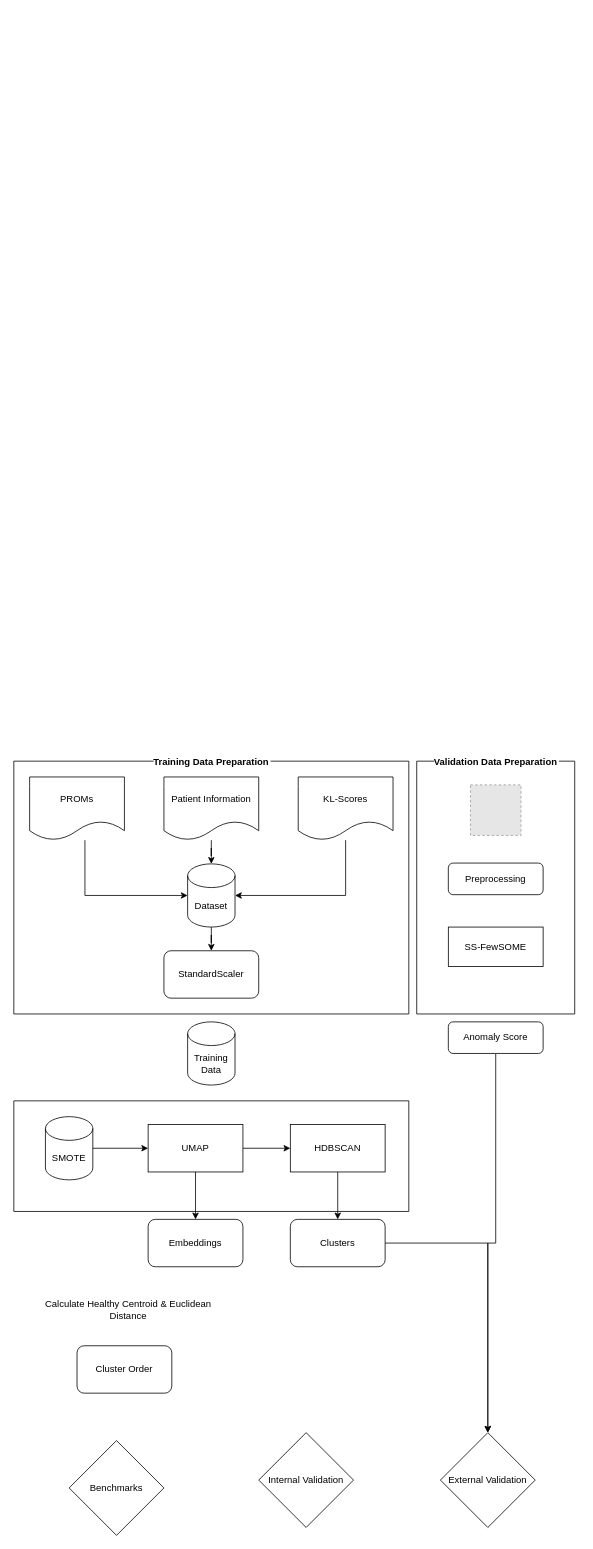
The draw.io diagram OA Clustering Pipeline.drawio in caitzpp/VT9_Identifying-Severities-in-Osteoarthritis, before the edit. Source tidied: cells renumbered, new cells numbered last; positions are measured from the earlier drawing's top-left corner, leaving out a move shared by most shapes. Both pictures are drawn from the tidied source at 79%, with x=0, y=0 at pixel (13, 761). Pictures stored in the file or linked from it are replaced by grey dashed boxes.
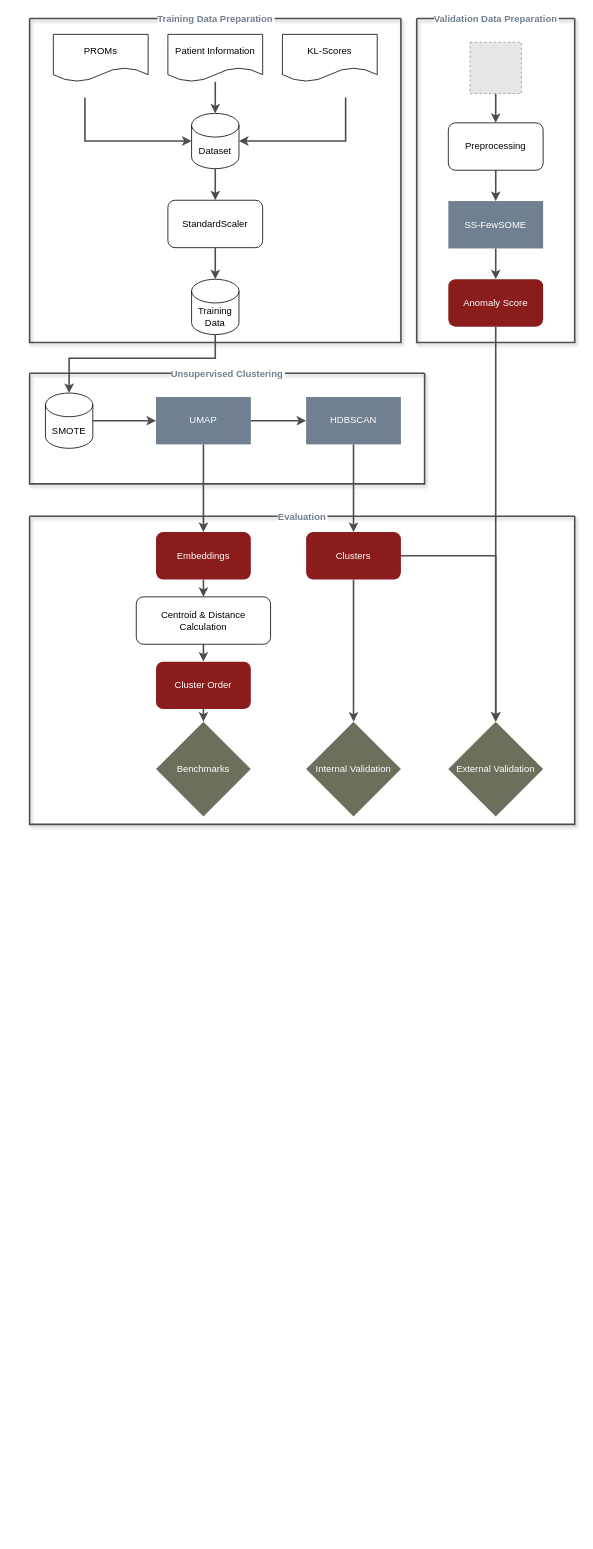
After the change.

The edit, as a diff of the source:
```diff
@@
-    <mxCell id="2" value="Training Data Preparation" style="swimlane;startSize=0;labelBackgroundColor=default;" parent="1" vertex="1">
-      <mxGeometry width="500" height="320" as="geometry" />
+    <mxCell id="2" value="Training Data Preparation" style="swimlane;startSize=0;labelBackgroundColor=default;strokeColor=#4D4D4D;strokeWidth=2;rounded=1;glass=0;shadow=1;fontColor=#708090;textShadow=0;labelBorderColor=none;" parent="1" vertex="1">
+      <mxGeometry x="20" y="-940" width="470" height="410" as="geometry" />
     </mxCell>
     <mxCell id="3" value="StandardScaler" style="rounded=1;whiteSpace=wrap;html=1;" parent="2" vertex="1">
-      <mxGeometry x="190" y="240" width="120" height="60" as="geometry" />
+      <mxGeometry x="175" y="230" width="120" height="60" as="geometry" />
     </mxCell>
-    <mxCell id="4" style="edgeStyle=orthogonalEdgeStyle;rounded=0;jettySize=auto;html=1;entryX=0.5;entryY=0;entryDx=0;entryDy=0;entryPerimeter=0;" parent="2" edge="1" source="9" target="11">
+    <mxCell id="4" style="edgeStyle=orthogonalEdgeStyle;rounded=0;jettySize=auto;html=1;entryX=0.5;entryY=0;entryDx=0;entryDy=0;entryPerimeter=0;strokeColor=#4D4D4D;strokeWidth=2;" parent="2" edge="1" source="9" target="11">
       <mxGeometry relative="1" as="geometry" />
     </mxCell>
-    <mxCell id="5" style="edgeStyle=orthogonalEdgeStyle;rounded=0;jettySize=auto;html=1;entryX=0;entryY=0.5;entryDx=0;entryDy=0;entryPerimeter=0;" parent="2" edge="1" target="11">
+    <mxCell id="5" style="edgeStyle=orthogonalEdgeStyle;rounded=0;jettySize=auto;html=1;entryX=0;entryY=0.5;entryDx=0;entryDy=0;entryPerimeter=0;strokeColor=#4D4D4D;strokeWidth=2;" parent="2" edge="1" target="11">
       <mxGeometry relative="1" as="geometry">
-        <mxPoint x="90" y="100" as="sourcePoint" />
+        <mxPoint x="70" y="100" as="sourcePoint" />
         <Array as="points">
-          <mxPoint x="90" y="170" />
+          <mxPoint x="70" y="155" />
         </Array>
       </mxGeometry>
     </mxCell>
     <mxCell id="6" value="PROMs" style="shape=document;whiteSpace=wrap;html=1;boundedLbl=1;" parent="2" vertex="1">
-      <mxGeometry x="20" y="20" width="120" height="80" as="geometry" />
+      <mxGeometry x="30" y="20" width="120" height="60" as="geometry" />
     </mxCell>
-    <mxCell id="7" style="edgeStyle=orthogonalEdgeStyle;rounded=0;jettySize=auto;html=1;entryX=1;entryY=0.5;entryDx=0;entryDy=0;entryPerimeter=0;" parent="2" edge="1" source="8" target="11">
+    <mxCell id="7" style="edgeStyle=orthogonalEdgeStyle;rounded=0;jettySize=auto;html=1;entryX=1;entryY=0.5;entryDx=0;entryDy=0;entryPerimeter=0;strokeColor=#4D4D4D;strokeWidth=2;" parent="2" edge="1" target="11">
       <mxGeometry relative="1" as="geometry">
+        <mxPoint x="400" y="100" as="sourcePoint" />
         <Array as="points">
-          <mxPoint x="420" y="170" />
+          <mxPoint x="400" y="155" />
         </Array>
       </mxGeometry>
     </mxCell>
     <mxCell id="8" value="KL-Scores" style="shape=document;whiteSpace=wrap;html=1;boundedLbl=1;" parent="2" vertex="1">
-      <mxGeometry x="360" y="20" width="120" height="80" as="geometry" />
+      <mxGeometry x="320" y="20" width="120" height="60" as="geometry" />
     </mxCell>
     <mxCell id="9" value="Patient Information" style="shape=document;whiteSpace=wrap;html=1;boundedLbl=1;" parent="2" vertex="1">
-      <mxGeometry x="190" y="20" width="120" height="80" as="geometry" />
+      <mxGeometry x="175" y="20" width="120" height="60" as="geometry" />
     </mxCell>
-    <mxCell id="10" style="edgeStyle=orthogonalEdgeStyle;rounded=0;jettySize=auto;html=1;" parent="2" edge="1" source="11" target="3">
+    <mxCell id="10" style="edgeStyle=orthogonalEdgeStyle;rounded=0;jettySize=auto;html=1;strokeColor=#4D4D4D;strokeWidth=2;" parent="2" edge="1" source="11" target="3">
       <mxGeometry relative="1" as="geometry" />
     </mxCell>
     <mxCell id="11" value="Dataset" style="shape=cylinder3;whiteSpace=wrap;html=1;boundedLbl=1;backgroundOutline=1;size=15;" parent="2" vertex="1">
-      <mxGeometry x="220" y="130" width="60" height="80" as="geometry" />
+      <mxGeometry x="205" y="120" width="60" height="70" as="geometry" />
     </mxCell>
+    <mxCell id="29" value="Training Data" style="shape=cylinder3;whiteSpace=wrap;html=1;boundedLbl=1;backgroundOutline=1;size=15;" parent="2" vertex="1">
+      <mxGeometry x="205" y="330" width="60" height="70" as="geometry" />
+    </mxCell>
+    <mxCell id="35" style="edgeStyle=orthogonalEdgeStyle;rounded=0;jettySize=auto;html=1;exitX=0.5;exitY=1;exitDx=0;exitDy=0;entryX=0.5;entryY=0;entryDx=0;entryDy=0;entryPerimeter=0;strokeColor=#4D4D4D;strokeWidth=2;" parent="2" edge="1" source="3" target="29">
+      <mxGeometry relative="1" as="geometry" />
+    </mxCell>
-    <mxCell id="12" style="swimlane;startSize=0;" parent="1" vertex="1">
-      <mxGeometry y="430" width="500" height="140" as="geometry" />
+    <mxCell id="12" value="Unsupervised Clustering" style="swimlane;startSize=0;labelBackgroundColor=default;strokeColor=#4D4D4D;rounded=1;strokeWidth=2;shadow=1;fontColor=#708090;" parent="1" vertex="1">
+      <mxGeometry x="20" y="-491" width="500" height="140" as="geometry" />
     </mxCell>
     <mxCell id="13" value="SMOTE" style="shape=cylinder3;whiteSpace=wrap;html=1;boundedLbl=1;backgroundOutline=1;size=15;" parent="12" vertex="1">
-      <mxGeometry x="40" y="20" width="60" height="80" as="geometry" />
+      <mxGeometry x="20" y="25" width="60" height="70" as="geometry" />
     </mxCell>
-    <mxCell id="14" style="edgeStyle=orthogonalEdgeStyle;rounded=0;jettySize=auto;html=1;exitX=1;exitY=0.5;exitDx=0;exitDy=0;entryX=0;entryY=0.5;entryDx=0;entryDy=0;" parent="12" edge="1" source="15" target="16">
+    <mxCell id="14" style="edgeStyle=orthogonalEdgeStyle;rounded=0;jettySize=auto;html=1;exitX=1;exitY=0.5;exitDx=0;exitDy=0;entryX=0;entryY=0.5;entryDx=0;entryDy=0;strokeColor=#4D4D4D;strokeWidth=2;" parent="12" edge="1" source="15" target="16">
       <mxGeometry relative="1" as="geometry" />
     </mxCell>
-    <mxCell id="15" value="UMAP" style="rounded=0;whiteSpace=wrap;html=1;" parent="12" vertex="1">
-      <mxGeometry x="170" y="30" width="120" height="60" as="geometry" />
+    <mxCell id="15" value="UMAP" style="rounded=0;whiteSpace=wrap;html=1;fillColor=#708090;strokeColor=none;fontColor=#FFFFFF;" parent="12" vertex="1">
+      <mxGeometry x="160" y="30" width="120" height="60" as="geometry" />
     </mxCell>
-    <mxCell id="16" value="HDBSCAN" style="rounded=0;whiteSpace=wrap;html=1;" parent="12" vertex="1">
+    <mxCell id="16" value="HDBSCAN" style="rounded=0;whiteSpace=wrap;html=1;fontColor=#FFFFFF;strokeColor=none;fillColor=#708090;" parent="12" vertex="1">
       <mxGeometry x="350" y="30" width="120" height="60" as="geometry" />
     </mxCell>
-    <mxCell id="17" style="edgeStyle=orthogonalEdgeStyle;rounded=0;jettySize=auto;html=1;exitX=1;exitY=0.5;exitDx=0;exitDy=0;exitPerimeter=0;entryX=0;entryY=0.5;entryDx=0;entryDy=0;" parent="12" edge="1" source="13" target="15">
+    <mxCell id="17" style="edgeStyle=orthogonalEdgeStyle;rounded=0;jettySize=auto;html=1;exitX=1;exitY=0.5;exitDx=0;exitDy=0;exitPerimeter=0;entryX=0;entryY=0.5;entryDx=0;entryDy=0;strokeColor=#4D4D4D;strokeWidth=2;" parent="12" edge="1" source="13" target="15">
       <mxGeometry relative="1" as="geometry" />
     </mxCell>
-    <mxCell id="18" value="Internal Validation" style="rhombus;whiteSpace=wrap;html=1;" parent="1" vertex="1">
-      <mxGeometry x="310" y="850" width="120" height="120" as="geometry" />
-    </mxCell>
-    <mxCell id="19" value="Cluster Order" style="rounded=1;whiteSpace=wrap;html=1;" parent="1" vertex="1">
-      <mxGeometry x="80" y="740" width="120" height="60" as="geometry" />
-    </mxCell>
-    <mxCell id="20" value="Calculate Healthy Centroid &amp;amp; Euclidean Distance" style="text;html=1;whiteSpace=wrap;strokeColor=none;fillColor=none;align=center;verticalAlign=middle;rounded=0;" parent="1" vertex="1">
-      <mxGeometry x="30" y="680" width="230" height="30" as="geometry" />
-    </mxCell>
-    <mxCell id="21" style="edgeStyle=orthogonalEdgeStyle;rounded=0;jettySize=auto;html=1;exitX=1;exitY=0.5;exitDx=0;exitDy=0;entryX=0.5;entryY=0;entryDx=0;entryDy=0;" parent="1" edge="1" source="22" target="23">
-      <mxGeometry relative="1" as="geometry" />
-    </mxCell>
-    <mxCell id="22" value="Clusters" style="rounded=1;whiteSpace=wrap;html=1;" parent="1" vertex="1">
-      <mxGeometry x="350" y="580" width="120" height="60" as="geometry" />
-    </mxCell>
-    <mxCell id="23" value="External Validation" style="rhombus;whiteSpace=wrap;html=1;" parent="1" vertex="1">
-      <mxGeometry x="540" y="850" width="120" height="120" as="geometry" />
-    </mxCell>
-    <mxCell id="24" value="Benchmarks" style="rhombus;whiteSpace=wrap;html=1;" parent="1" vertex="1">
-      <mxGeometry x="70" y="860" width="120" height="120" as="geometry" />
-    </mxCell>
-    <mxCell id="25" value="Validation Data Preparation" style="swimlane;startSize=0;labelBackgroundColor=default;" parent="1" vertex="1">
-      <mxGeometry x="510" width="200" height="320" as="geometry" />
+    <mxCell id="25" value="Validation Data Preparation" style="swimlane;startSize=0;labelBackgroundColor=default;strokeColor=#4D4D4D;rounded=1;strokeWidth=2;shadow=1;fontColor=#708090;" parent="1" vertex="1">
+      <mxGeometry x="510" y="-940" width="200" height="410" as="geometry" />
     </mxCell>
+    <mxCell id="36" style="edgeStyle=orthogonalEdgeStyle;rounded=0;jettySize=auto;html=1;exitX=0.5;exitY=1;exitDx=0;exitDy=0;entryX=0.5;entryY=0;entryDx=0;entryDy=0;strokeColor=#4D4D4D;strokeWidth=2;" parent="25" edge="1" source="26" target="27">
+      <mxGeometry relative="1" as="geometry" />
+    </mxCell>
     <mxCell id="26" style="fillColor=#E6E6E6;strokeColor=#999999;dashed=1;verticalLabelPosition=bottom;labelBackgroundColor=default;verticalAlign=top;" parent="25" vertex="1">
-      <mxGeometry x="68" y="30" width="64" height="64" as="geometry" />
+      <mxGeometry x="67.5" y="30" width="65" height="65" as="geometry" />
     </mxCell>
+    <mxCell id="37" style="edgeStyle=orthogonalEdgeStyle;rounded=0;jettySize=auto;html=1;exitX=0.5;exitY=1;exitDx=0;exitDy=0;entryX=0.5;entryY=0;entryDx=0;entryDy=0;strokeColor=#4D4D4D;strokeWidth=2;" parent="25" edge="1" source="27" target="28">
+      <mxGeometry relative="1" as="geometry" />
+    </mxCell>
     <mxCell id="27" value="Preprocessing" style="rounded=1;whiteSpace=wrap;html=1;" parent="25" vertex="1">
-      <mxGeometry x="40" y="129" width="120" height="40" as="geometry" />
+      <mxGeometry x="40" y="132" width="120" height="60" as="geometry" />
     </mxCell>
+    <mxCell id="38" style="edgeStyle=orthogonalEdgeStyle;rounded=0;jettySize=auto;html=1;exitX=0.5;exitY=1;exitDx=0;exitDy=0;entryX=0.5;entryY=0;entryDx=0;entryDy=0;strokeColor=#4D4D4D;strokeWidth=2;" parent="25" edge="1" source="28" target="31">
+      <mxGeometry relative="1" as="geometry" />
+    </mxCell>
-    <mxCell id="28" value="SS-FewSOME" style="rounded=0;whiteSpace=wrap;html=1;" parent="25" vertex="1">
-      <mxGeometry x="40" y="210" width="120" height="50" as="geometry" />
+    <mxCell id="28" value="SS-FewSOME" style="rounded=0;whiteSpace=wrap;html=1;fillColor=light-dark(#708090, #6db2ff);fontColor=#ffffff;strokeColor=none;" parent="25" vertex="1">
+      <mxGeometry x="40" y="231" width="120" height="60" as="geometry" />
     </mxCell>
-    <mxCell id="29" value="Training Data" style="shape=cylinder3;whiteSpace=wrap;html=1;boundedLbl=1;backgroundOutline=1;size=15;" parent="1" vertex="1">
-      <mxGeometry x="220" y="330" width="60" height="80" as="geometry" />
-    </mxCell>
+    <mxCell id="31" value="Anomaly Score" style="rounded=1;whiteSpace=wrap;html=1;fillColor=#8A1C1C;strokeColor=none;fontColor=#FFFFFF;" parent="25" vertex="1">
+      <mxGeometry x="40" y="330" width="120" height="60" as="geometry" />
+    </mxCell>
-    <mxCell id="30" style="edgeStyle=orthogonalEdgeStyle;rounded=0;jettySize=auto;html=1;exitX=0.5;exitY=1;exitDx=0;exitDy=0;entryX=0.5;entryY=0;entryDx=0;entryDy=0;" parent="1" edge="1" source="31" target="23">
+    <mxCell id="30" style="edgeStyle=orthogonalEdgeStyle;rounded=0;jettySize=auto;html=1;exitX=0.5;exitY=1;exitDx=0;exitDy=0;entryX=0.5;entryY=0;entryDx=0;entryDy=0;strokeColor=#4D4D4D;strokeWidth=2;" parent="1" edge="1" source="31" target="23">
       <mxGeometry relative="1" as="geometry" />
     </mxCell>
-    <mxCell id="31" value="Anomaly Score" style="rounded=1;whiteSpace=wrap;html=1;" parent="1" vertex="1">
-      <mxGeometry x="550" y="330" width="120" height="40" as="geometry" />
-    </mxCell>
-    <mxCell id="32" value="Embeddings" style="rounded=1;whiteSpace=wrap;html=1;" parent="1" vertex="1">
-      <mxGeometry x="170" y="580" width="120" height="60" as="geometry" />
-    </mxCell>
-    <mxCell id="33" style="edgeStyle=orthogonalEdgeStyle;rounded=0;jettySize=auto;html=1;exitX=0.5;exitY=1;exitDx=0;exitDy=0;entryX=0.5;entryY=0;entryDx=0;entryDy=0;" parent="1" edge="1" source="16" target="22">
+    <mxCell id="33" style="edgeStyle=orthogonalEdgeStyle;rounded=0;jettySize=auto;html=1;exitX=0.5;exitY=1;exitDx=0;exitDy=0;entryX=0.5;entryY=0;entryDx=0;entryDy=0;strokeColor=#4D4D4D;strokeWidth=2;" parent="1" edge="1" source="16" target="22">
       <mxGeometry relative="1" as="geometry" />
     </mxCell>
-    <mxCell id="34" style="edgeStyle=orthogonalEdgeStyle;rounded=0;jettySize=auto;html=1;exitX=0.5;exitY=1;exitDx=0;exitDy=0;entryX=0.5;entryY=0;entryDx=0;entryDy=0;" parent="1" edge="1" source="15" target="32">
+    <mxCell id="34" style="edgeStyle=orthogonalEdgeStyle;rounded=0;jettySize=auto;html=1;exitX=0.5;exitY=1;exitDx=0;exitDy=0;entryX=0.5;entryY=0;entryDx=0;entryDy=0;strokeColor=#4D4D4D;strokeWidth=2;" parent="1" edge="1" source="15" target="32">
       <mxGeometry relative="1" as="geometry" />
     </mxCell>
+    <mxCell id="39" value="Evaluation" style="swimlane;startSize=0;labelBackgroundColor=default;strokeColor=#4D4D4D;rounded=1;strokeWidth=2;shadow=1;fontColor=#708090;" parent="1" vertex="1">
+      <mxGeometry x="20" y="-310" width="690" height="390" as="geometry" />
+    </mxCell>
+    <mxCell id="40" style="edgeStyle=orthogonalEdgeStyle;rounded=0;jettySize=auto;html=1;exitX=0.5;exitY=1;exitDx=0;exitDy=0;entryX=0.5;entryY=0;entryDx=0;entryDy=0;strokeColor=#4D4D4D;strokeWidth=2;" parent="39" edge="1" source="32" target="42">
+      <mxGeometry relative="1" as="geometry" />
+    </mxCell>
+    <mxCell id="32" value="Embeddings" style="rounded=1;whiteSpace=wrap;html=1;fillColor=#8A1C1C;strokeColor=none;fontColor=#FFFFFF;" parent="39" vertex="1">
+      <mxGeometry x="160" y="20" width="120" height="60" as="geometry" />
+    </mxCell>
+    <mxCell id="22" value="Clusters" style="rounded=1;whiteSpace=wrap;html=1;fillColor=#8A1C1C;strokeColor=none;fontColor=#FFFFFF;" parent="39" vertex="1">
+      <mxGeometry x="350" y="20" width="120" height="60" as="geometry" />
+    </mxCell>
+    <mxCell id="41" style="edgeStyle=orthogonalEdgeStyle;rounded=0;jettySize=auto;html=1;exitX=0.5;exitY=1;exitDx=0;exitDy=0;entryX=0.5;entryY=0;entryDx=0;entryDy=0;strokeColor=#4D4D4D;strokeWidth=2;" parent="39" edge="1" source="42" target="19">
+      <mxGeometry relative="1" as="geometry" />
+    </mxCell>
+    <mxCell id="42" value="Centroid &amp;amp; Distance Calculation" style="rounded=1;whiteSpace=wrap;html=1;" parent="39" vertex="1">
+      <mxGeometry x="135" y="102" width="170" height="60" as="geometry" />
+    </mxCell>
+    <mxCell id="43" style="edgeStyle=orthogonalEdgeStyle;rounded=0;jettySize=auto;html=1;exitX=0.5;exitY=1;exitDx=0;exitDy=0;entryX=0.5;entryY=0;entryDx=0;entryDy=0;strokeColor=#4D4D4D;strokeWidth=2;" parent="39" edge="1" source="19" target="24">
+      <mxGeometry relative="1" as="geometry" />
+    </mxCell>
+    <mxCell id="19" value="Cluster Order" style="rounded=1;whiteSpace=wrap;html=1;fontColor=#FFFFFF;fillColor=#8A1C1C;strokeColor=none;" parent="39" vertex="1">
+      <mxGeometry x="160" y="184" width="120" height="60" as="geometry" />
+    </mxCell>
+    <mxCell id="24" value="Benchmarks" style="rhombus;whiteSpace=wrap;html=1;fillColor=#6B705C;strokeColor=none;fontColor=#FFFFFF;" parent="39" vertex="1">
+      <mxGeometry x="160" y="260" width="120" height="120" as="geometry" />
+    </mxCell>
+    <mxCell id="18" value="Internal Validation" style="rhombus;whiteSpace=wrap;html=1;fillColor=#6B705C;strokeColor=none;fontColor=#FFFFFF;" parent="39" vertex="1">
+      <mxGeometry x="350" y="260" width="120" height="120" as="geometry" />
+    </mxCell>
+    <mxCell id="44" style="edgeStyle=orthogonalEdgeStyle;rounded=0;jettySize=auto;html=1;exitX=0.5;exitY=1;exitDx=0;exitDy=0;entryX=0.5;entryY=0;entryDx=0;entryDy=0;strokeColor=#4D4D4D;strokeWidth=2;" parent="39" edge="1" source="22" target="18">
+      <mxGeometry relative="1" as="geometry" />
+    </mxCell>
+    <mxCell id="23" value="External Validation" style="rhombus;whiteSpace=wrap;html=1;fillColor=#6B705C;strokeColor=none;fontColor=#FFFFFF;" parent="39" vertex="1">
+      <mxGeometry x="530" y="260" width="120" height="120" as="geometry" />
+    </mxCell>
+    <mxCell id="21" style="edgeStyle=orthogonalEdgeStyle;rounded=0;jettySize=auto;html=1;exitX=1;exitY=0.5;exitDx=0;exitDy=0;entryX=0.5;entryY=0;entryDx=0;entryDy=0;strokeColor=#4D4D4D;strokeWidth=2;" parent="39" edge="1" source="22" target="23">
+      <mxGeometry relative="1" as="geometry" />
+    </mxCell>
+    <mxCell id="45" style="edgeStyle=orthogonalEdgeStyle;rounded=0;jettySize=auto;html=1;exitX=0.5;exitY=1;exitDx=0;exitDy=0;exitPerimeter=0;entryX=0.5;entryY=0;entryDx=0;entryDy=0;entryPerimeter=0;strokeColor=#4D4D4D;strokeWidth=2;" parent="1" edge="1" source="29" target="13">
+      <mxGeometry relative="1" as="geometry">
+        <Array as="points">
+          <mxPoint x="255" y="-510" />
+          <mxPoint x="70" y="-510" />
+        </Array>
+      </mxGeometry>
+    </mxCell>
```
